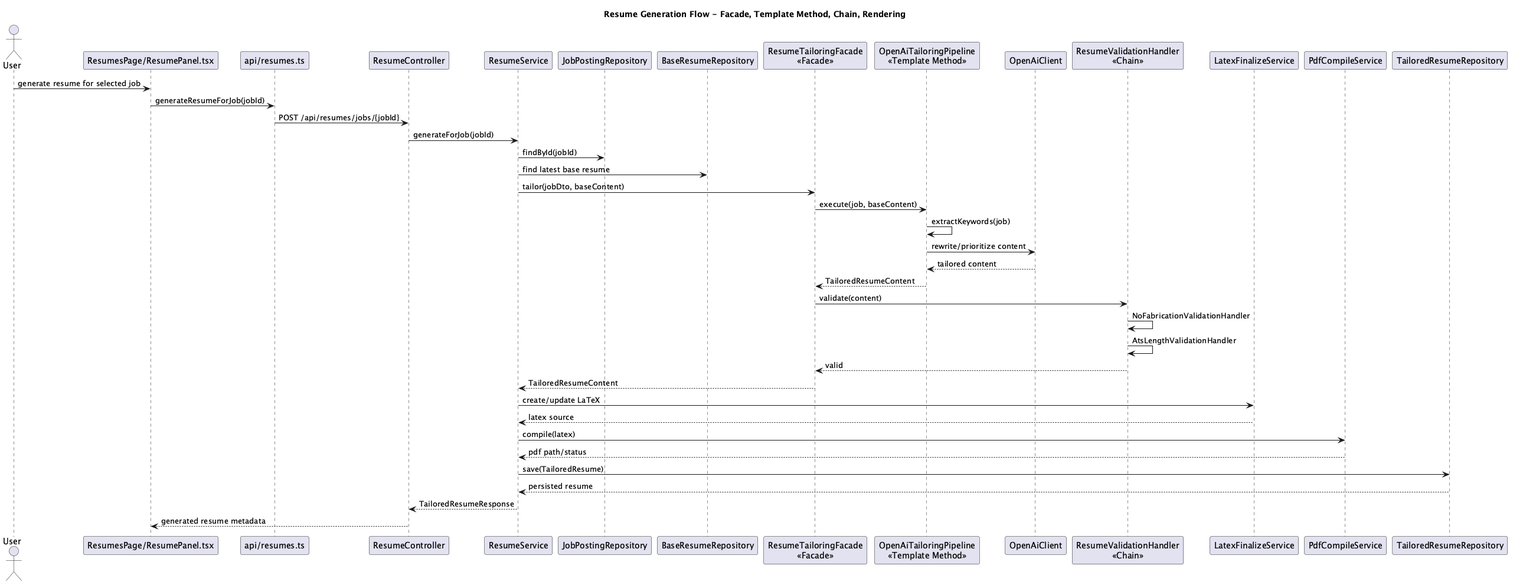
This is docs/diagrams/png/NextOffer_Resume_Generation_Sequence.png from Anmol-tech/NextOffer, a PlantUML export, as it was before one commit.
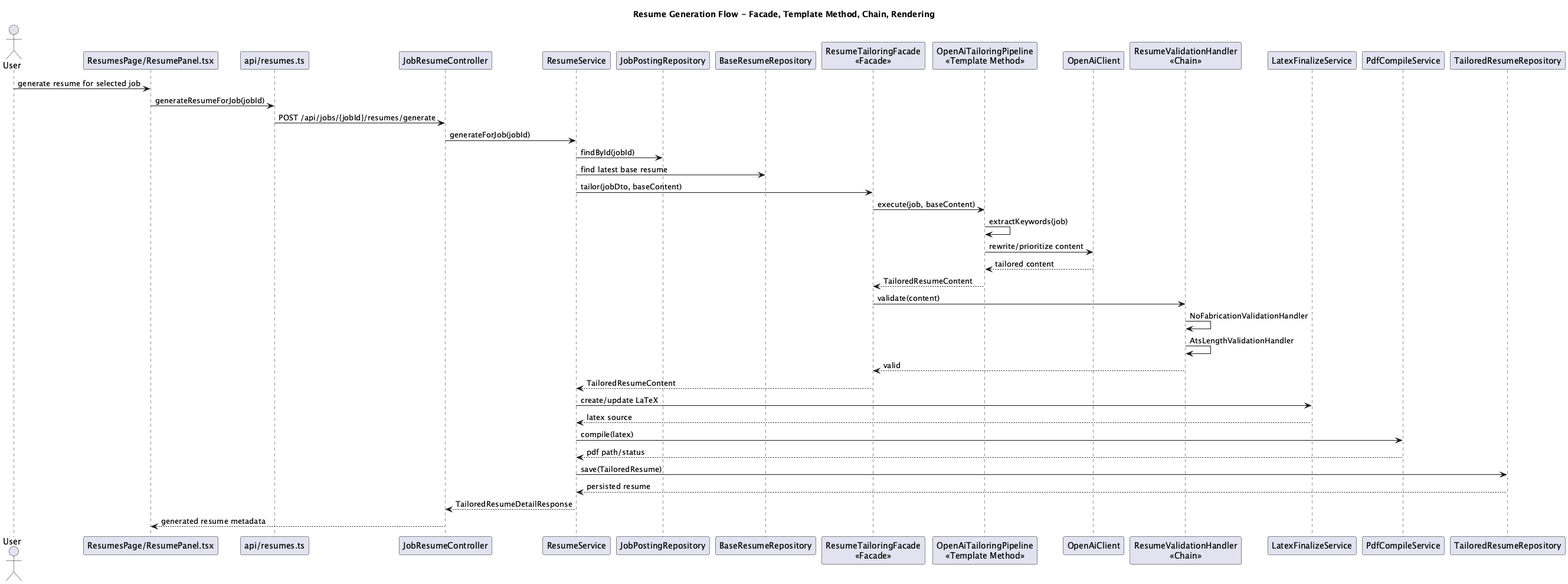
Later version of the same file.

What changed in the source:
```diff
@@ -3,7 +3,7 @@
 actor User
 participant "ResumesPage/ResumePanel.tsx" as ResumeUI
 participant "api/resumes.ts" as ApiResumes
-participant "ResumeController" as ResumeController
+participant "JobResumeController" as JobResumeController
 participant "ResumeService" as ResumeService
 participant "JobPostingRepository" as JobRepo
 participant "BaseResumeRepository" as BaseRepo
@@ -17,8 +17,8 @@
 
 User -> ResumeUI : generate resume for selected job
 ResumeUI -> ApiResumes : generateResumeForJob(jobId)
-ApiResumes -> ResumeController : POST /api/resumes/jobs/{jobId}
-ResumeController -> ResumeService : generateForJob(jobId)
+ApiResumes -> JobResumeController : POST /api/jobs/{jobId}/resumes/generate
+JobResumeController -> ResumeService : generateForJob(jobId)
 ResumeService -> JobRepo : findById(jobId)
 ResumeService -> BaseRepo : find latest base resume
 ResumeService -> Facade : tailor(jobDto, baseContent)
@@ -38,6 +38,6 @@
 Pdf --> ResumeService : pdf path/status
 ResumeService -> TailoredRepo : save(TailoredResume)
 TailoredRepo --> ResumeService : persisted resume
-ResumeService --> ResumeController : TailoredResumeResponse
-ResumeController --> ResumeUI : generated resume metadata
+ResumeService --> JobResumeController : TailoredResumeDetailResponse
+JobResumeController --> ResumeUI : generated resume metadata
 @enduml
```
